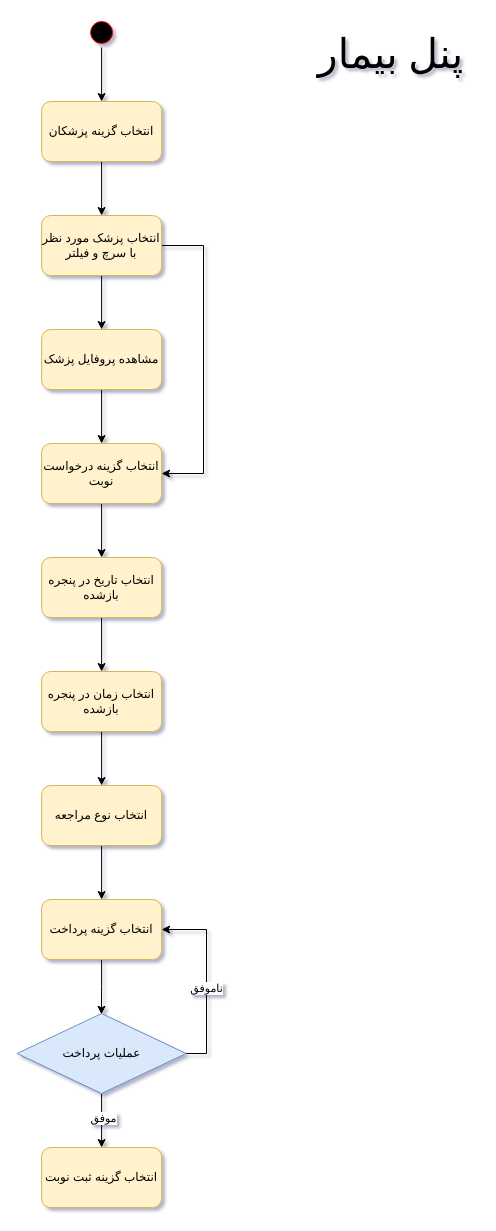
This is page "ثبت نوبت" (8 of 19) of ActivityDiagram.drawio from Matinrezaei/Software-Lab, a draw.io file, before an edit. Source tidied: cells renumbered, new cells numbered last; positions are measured from the earlier drawing's top-left corner, leaving out a move shared by most shapes. Both pictures are drawn from the tidied source at 100%, with x=0, y=0 at pixel (17, 17).
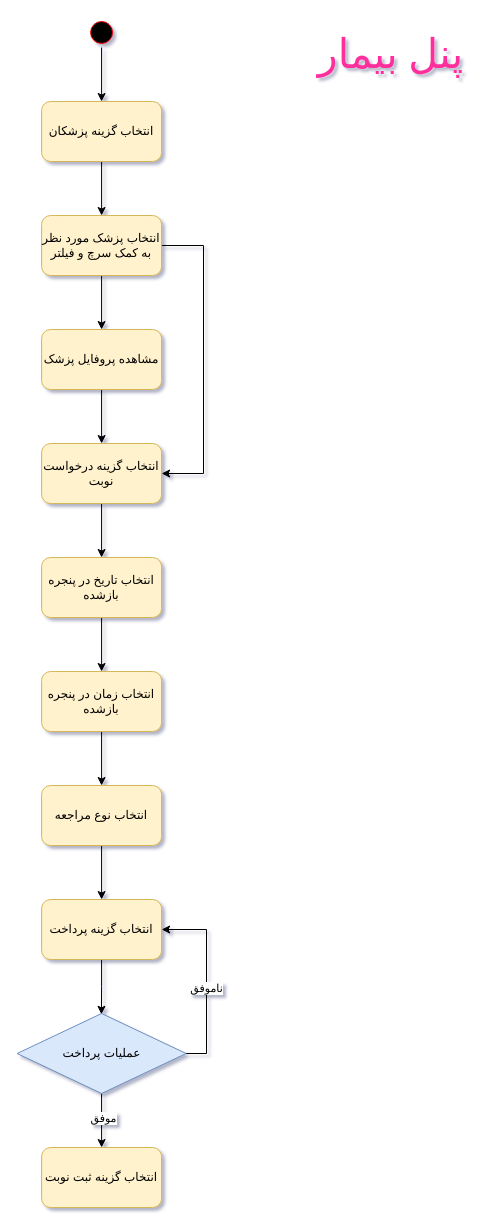
After the change.

What changed in the source:
```diff
@@
-    <mxCell id="13" value="انتخاب پزشک مورد نظر با سرچ و فیلتر" style="rounded=1;whiteSpace=wrap;html=1;fillColor=#fff2cc;strokeColor=#d6b656;" parent="1" vertex="1">
+    <mxCell id="13" value="انتخاب پزشک مورد نظر به کمک سرچ و فیلتر" style="rounded=1;whiteSpace=wrap;html=1;fillColor=#fff2cc;strokeColor=#d6b656;" parent="1" vertex="1">
       <mxGeometry x="24.1" y="198" width="120" height="60" as="geometry" />
     </mxCell>
@@
-    <mxCell id="27" value="&lt;font style=&quot;font-size: 41px;&quot; face=&quot;Tahoma&quot;&gt;پنل بیمار&lt;/font&gt;&lt;font style=&quot;font-size: 41px;&quot; face=&quot;_kxpbe5iIvoVPWevJDPW&quot;&gt;&lt;br&gt;&lt;/font&gt;" style="text;html=1;align=center;verticalAlign=middle;strokeColor=none;fillColor=none;" parent="1" vertex="1">
-      <mxGeometry x="305" y="5" width="135" height="61" as="geometry" />
+    <mxCell id="27" value="&lt;font color=&quot;#ff2e9d&quot; style=&quot;font-size: 41px;&quot; face=&quot;Tahoma&quot;&gt;پنل بیمار&lt;/font&gt;&lt;font style=&quot;font-size: 41px;&quot; face=&quot;_kxpbe5iIvoVPWevJDPW&quot;&gt;&lt;br&gt;&lt;/font&gt;" style="text;html=1;align=center;verticalAlign=middle;strokeColor=none;fillColor=none;" parent="1" vertex="1">
+      <mxGeometry x="291" y="4" width="164" height="64" as="geometry" />
     </mxCell>
```
